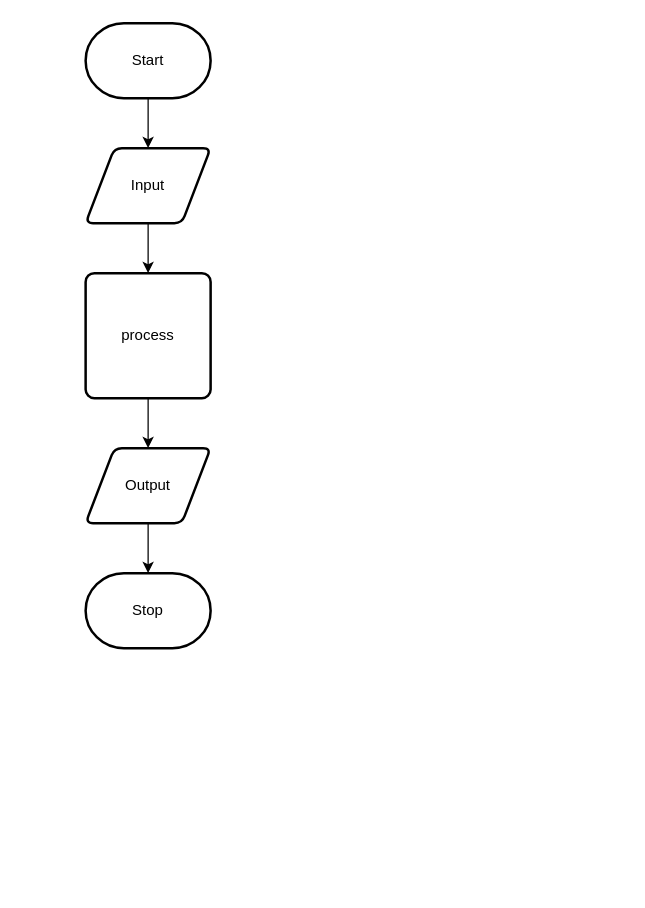
The draw.io diagram design/flow-chart.drawio in Timothy-Manwell/ICS2O-Unit5-04, before the edit. Source tidied: cells renumbered, new cells numbered last; positions are measured from the earlier drawing's top-left corner, leaving out a move shared by most shapes. Both pictures are drawn from the tidied source at 125%, with x=0, y=0 at pixel (85, 22).
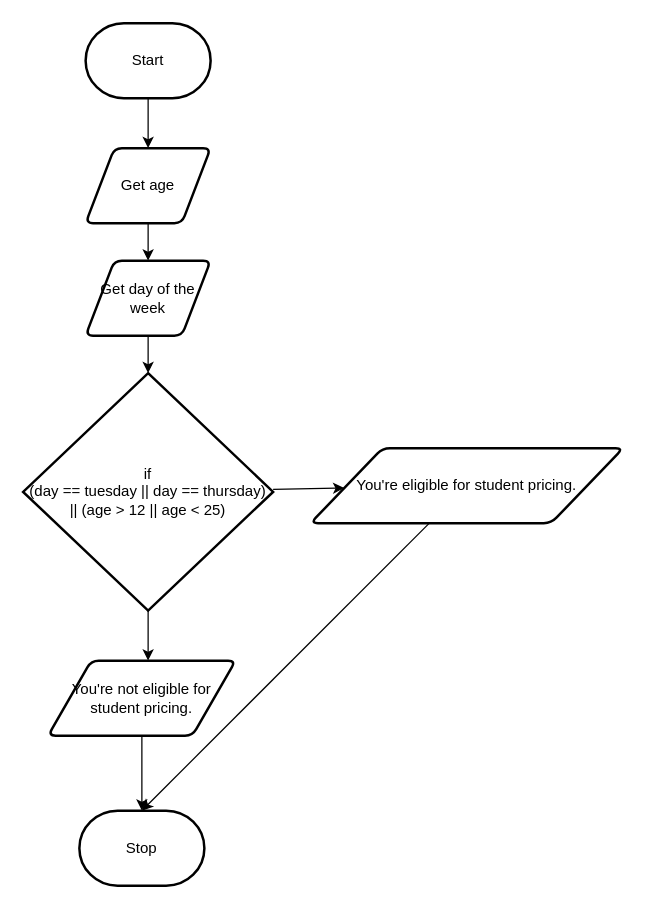
The same diagram, later.

The edit, as a diff of the source:
```diff
@@
 <mxGraphModel>
   <root>
     <mxCell id="0" />
     <mxCell id="1" parent="0" />
     <mxCell id="2" style="edgeStyle=none;html=1;" parent="1" edge="1" source="3" target="5">
       <mxGeometry relative="1" as="geometry" />
     </mxCell>
     <mxCell id="3" value="Start" style="strokeWidth=2;html=1;shape=mxgraph.flowchart.terminator;whiteSpace=wrap;" parent="1" vertex="1">
       <mxGeometry width="100" height="60" as="geometry" />
     </mxCell>
-    <mxCell id="4" style="edgeStyle=none;html=1;" parent="1" edge="1" source="5" target="7">
-      <mxGeometry relative="1" as="geometry" />
-    </mxCell>
+    <mxCell id="11" style="edgeStyle=none;html=1;" parent="1" edge="1" source="5" target="8">
+      <mxGeometry relative="1" as="geometry" />
+    </mxCell>
-    <mxCell id="5" value="Input" style="shape=parallelogram;html=1;strokeWidth=2;perimeter=parallelogramPerimeter;whiteSpace=wrap;rounded=1;arcSize=12;size=0.23;" parent="1" vertex="1">
+    <mxCell id="5" value="Get age" style="shape=parallelogram;html=1;strokeWidth=2;perimeter=parallelogramPerimeter;whiteSpace=wrap;rounded=1;arcSize=12;size=0.23;" parent="1" vertex="1">
       <mxGeometry y="100" width="100" height="60" as="geometry" />
     </mxCell>
-    <mxCell id="6" style="edgeStyle=none;html=1;" parent="1" edge="1" source="7" target="9">
-      <mxGeometry relative="1" as="geometry" />
-    </mxCell>
-    <mxCell id="7" value="process" style="rounded=1;whiteSpace=wrap;html=1;absoluteArcSize=1;arcSize=14;strokeWidth=2;" parent="1" vertex="1">
-      <mxGeometry y="200" width="100" height="100" as="geometry" />
-    </mxCell>
+    <mxCell id="12" style="edgeStyle=none;html=1;" parent="1" edge="1" source="8" target="15">
+      <mxGeometry relative="1" as="geometry" />
+    </mxCell>
-    <mxCell id="8" style="edgeStyle=none;html=1;" parent="1" edge="1" source="9" target="10">
-      <mxGeometry relative="1" as="geometry" />
+    <mxCell id="8" value="Get day of the week" style="shape=parallelogram;html=1;strokeWidth=2;perimeter=parallelogramPerimeter;whiteSpace=wrap;rounded=1;arcSize=12;size=0.23;" parent="1" vertex="1">
+      <mxGeometry y="190" width="100" height="60" as="geometry" />
     </mxCell>
-    <mxCell id="9" value="Output" style="shape=parallelogram;html=1;strokeWidth=2;perimeter=parallelogramPerimeter;whiteSpace=wrap;rounded=1;arcSize=12;size=0.23;" parent="1" vertex="1">
-      <mxGeometry y="340" width="100" height="60" as="geometry" />
-    </mxCell>
+    <mxCell id="13" style="edgeStyle=none;html=1;" parent="1" edge="1" source="15" target="17">
+      <mxGeometry relative="1" as="geometry" />
+    </mxCell>
+    <mxCell id="14" style="edgeStyle=none;html=1;" parent="1" edge="1" source="15">
+      <mxGeometry relative="1" as="geometry">
+        <mxPoint x="50" y="510" as="targetPoint" />
+      </mxGeometry>
+    </mxCell>
+    <mxCell id="15" value="if&lt;br&gt;(day == tuesday || day == thursday) || (age &amp;gt; 12 || age &amp;lt; 25)" style="strokeWidth=2;html=1;shape=mxgraph.flowchart.decision;whiteSpace=wrap;" parent="1" vertex="1">
+      <mxGeometry x="-50" y="280" width="200" height="190" as="geometry" />
+    </mxCell>
+    <mxCell id="16" style="edgeStyle=none;html=1;entryX=0.5;entryY=0;entryDx=0;entryDy=0;entryPerimeter=0;" parent="1" edge="1" source="17" target="10">
+      <mxGeometry relative="1" as="geometry" />
+    </mxCell>
+    <mxCell id="17" value="You're eligible for student pricing." style="shape=parallelogram;html=1;strokeWidth=2;perimeter=parallelogramPerimeter;whiteSpace=wrap;rounded=1;arcSize=12;size=0.23;" parent="1" vertex="1">
+      <mxGeometry x="180" y="340" width="250" height="60" as="geometry" />
+    </mxCell>
+    <mxCell id="18" style="edgeStyle=none;html=1;" parent="1" edge="1" source="19" target="10">
+      <mxGeometry relative="1" as="geometry" />
+    </mxCell>
+    <mxCell id="19" value="You're not eligible for student pricing." style="shape=parallelogram;html=1;strokeWidth=2;perimeter=parallelogramPerimeter;whiteSpace=wrap;rounded=1;arcSize=12;size=0.23;" parent="1" vertex="1">
+      <mxGeometry x="-30" y="510" width="150" height="60" as="geometry" />
+    </mxCell>
     <mxCell id="10" value="Stop" style="strokeWidth=2;html=1;shape=mxgraph.flowchart.terminator;whiteSpace=wrap;" parent="1" vertex="1">
-      <mxGeometry y="440" width="100" height="60" as="geometry" />
+      <mxGeometry x="-5" y="630" width="100" height="60" as="geometry" />
     </mxCell>
   </root>
 </mxGraphModel>
```
